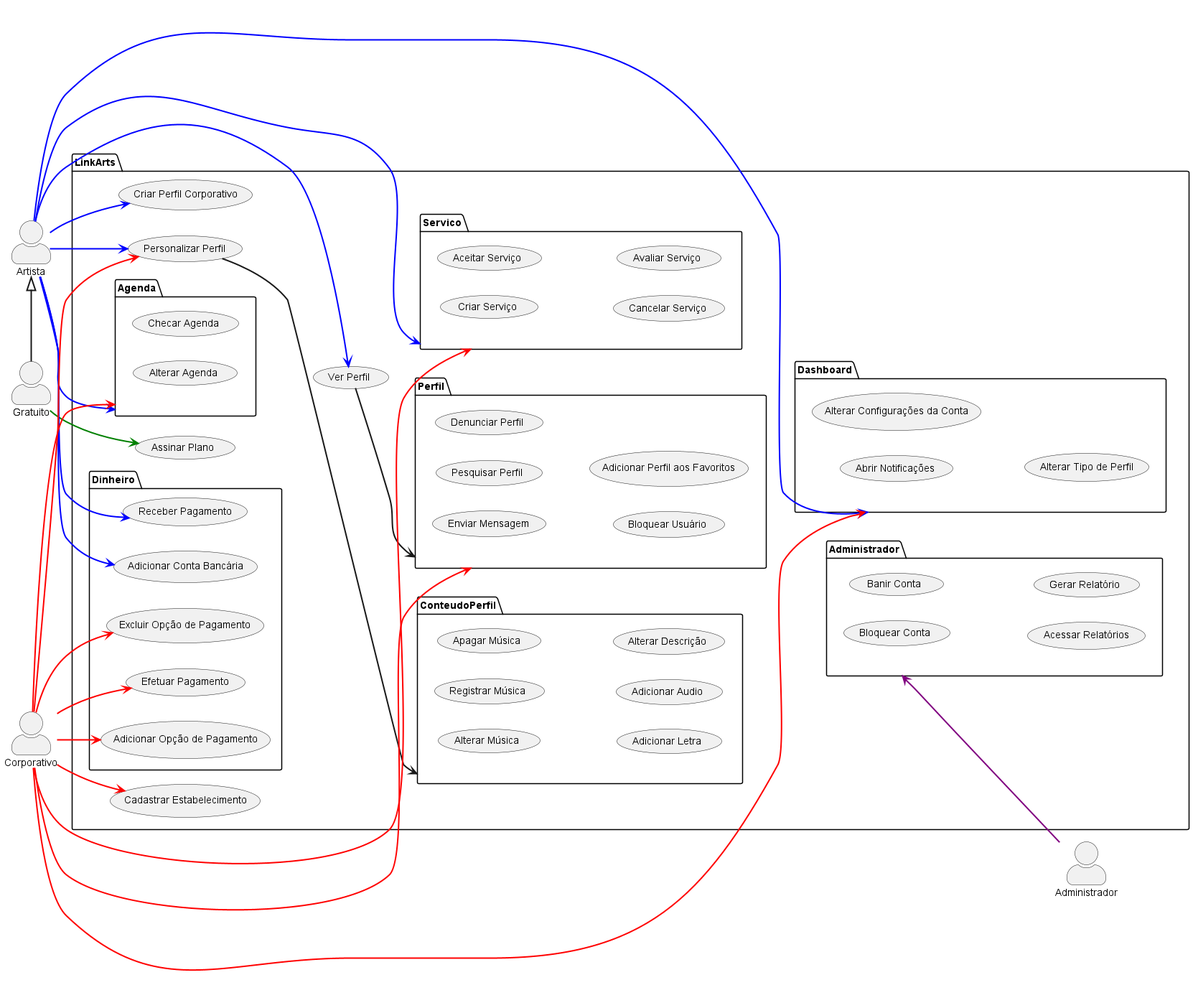
The PlantUML diagram Docs/Novos Casos de Uso/use-cases.png in TheKrauser/Engenharia-Software-II, before a commit.
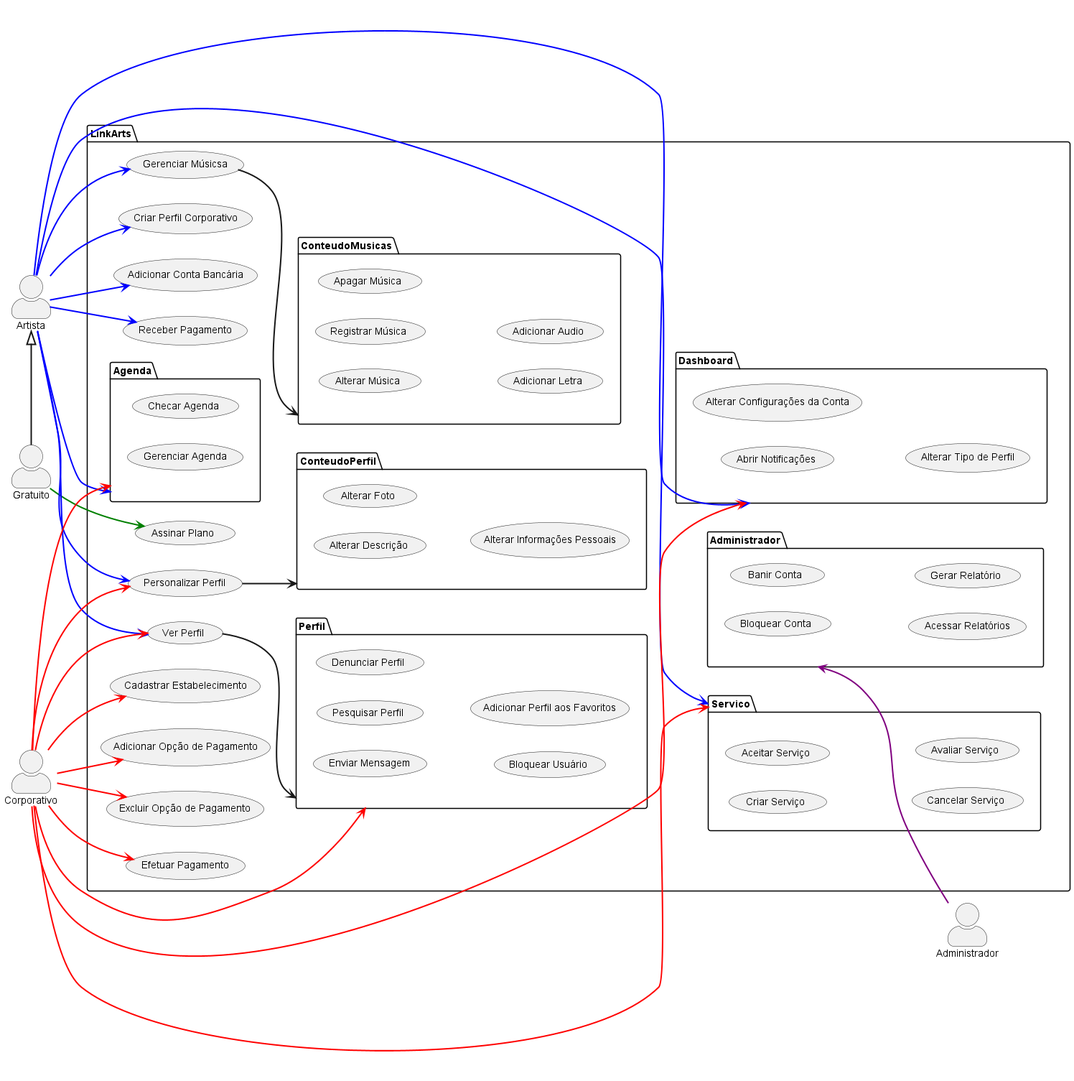
The same file after the commit.

Commit message:
Use Cases

Change to the diagram source:
```diff
@@ -11,6 +11,12 @@
     usecase "Criar Perfil Corporativo" as criarCorporativo
     usecase "Cadastrar Estabelecimento" as cadastrarEstabelecimento
     usecase "Personalizar Perfil" as personalizarPerfil
+    usecase "Adicionar Conta Bancária" as adicionarConta
+    usecase "Adicionar Opção de Pagamento" as adicionarPagamento
+    usecase "Excluir Opção de Pagamento" as excluirPagamento
+    usecase "Efetuar Pagamento" as efetuarPagamento
+    usecase "Receber Pagamento" as receberPagamento
+    usecase "Gerenciar Músicsa" as gerenciarMusicas
 
     package Perfil{
         usecase "Enviar Mensagem" as enviarMensagem
@@ -20,26 +26,18 @@
         usecase "Adicionar Perfil aos Favoritos" as adicionarFavoritos
     }
 
-    package ConteudoPerfil{
+    package ConteudoMusicas{
         usecase "Alterar Música" as alterarMusica
         usecase "Registrar Música" as registrarMusica
         usecase "Apagar Música" as apagarMusica
         usecase "Adicionar Letra" as adicionarLetra
         usecase "Adicionar Audio" as adicionarAudio
-        usecase "Alterar Descrição" as alterarDescricao
     }
 
-    package Agenda{
-        usecase "Checar Agenda" as checarAgenda
-        usecase "Alterar Agenda" as alterarAgenda
-    }
-
-    package Dinheiro{
-        usecase "Adicionar Conta Bancária" as adicionarConta
-        usecase "Adicionar Opção de Pagamento" as adicionarPagamento
-        usecase "Excluir Opção de Pagamento" as excluirPagamento
-        usecase "Efetuar Pagamento" as efetuarPagamento
-        usecase "Receber Pagamento" as receberPagamento
+    package ConteudoPerfil{
+        usecase "Alterar Descrição" as alterarDescricao
+        usecase "Alterar Foto" as alterarFoto
+        usecase "Alterar Informações Pessoais" as alterarInfo
     }
 
     package Servico{
@@ -49,11 +47,9 @@
         usecase "Avaliar Serviço" as avaliarServico
     }
 
-    package Administrador{
-        usecase "Bloquear Conta" as bloquearConta
-        usecase "Banir Conta" as banirConta
-        usecase "Acessar Relatórios" as acessarRelatorio
-        usecase "Gerar Relatório" as gerarRelatorio
+    package Agenda{
+        usecase "Checar Agenda" as checarAgenda
+        usecase "Gerenciar Agenda" as alterarAgenda
     }
 
     package Dashboard{
@@ -61,32 +57,40 @@
         usecase "Alterar Configurações da Conta" as alterarConfiguracoes
         usecase "Alterar Tipo de Perfil" as alterarTipoPerfil
     }
+
+    package Administrador{
+        usecase "Bloquear Conta" as bloquearConta
+        usecase "Banir Conta" as banirConta
+        usecase "Acessar Relatórios" as acessarRelatorio
+        usecase "Gerar Relatório" as gerarRelatorio
+    }
 }
 
+left to right direction
+P -> assinarPlano #line:green;line.bold
+A -> criarCorporativo #line:blue;line.bold
+A -> verPerfil #line:blue;line.bold
+A -> personalizarPerfil #line:blue;line.bold
+A -> adicionarConta #line:blue;line.bold
+A -> receberPagamento #line:blue;line.bold
+A -> gerenciarMusicas #line:blue;line.bold
+A --> Agenda #line:blue;line.bold
+A ---> Servico #line:blue;line.bold
+A ---> Dashboard #line:blue;line.bold
+personalizarPerfil --> ConteudoPerfil #line.bold
+gerenciarMusicas --> ConteudoMusicas #line.bold
+verPerfil --> Perfil #line.bold
 
-
-left to right direction
-P --> assinarPlano #line:green;line.bold
-A --> verPerfil #line:blue;line.bold
-A --> personalizarPerfil #line:blue;line.bold
-A --> Agenda #line:blue;line.bold
-A --> adicionarConta #line:blue;line.bold
-A --> receberPagamento #line:blue;line.bold
-personalizarPerfil ---> ConteudoPerfil #line.bold
-A --> Servico #line:blue;line.bold
-verPerfil --> Perfil #line.bold
-A --> criarCorporativo #line:blue;line.bold
-A --> Dashboard #line:blue;line.bold
-
-C --> Perfil #line:red;line.bold
+C -> adicionarPagamento #line:red;line.bold
+C -> personalizarPerfil #line:red;line.bold
+C -> excluirPagamento #line:red;line.bold
+C -> efetuarPagamento #line:red;line.bold
+C -> verPerfil #line:red;line.bold
+C -> cadastrarEstabelecimento #line:red;line.bold
+C ---> Perfil #line:red;line.bold
 C --> Agenda #line:red;line.bold
-C --> adicionarPagamento #line:red;line.bold
-C --> personalizarPerfil #line:red;line.bold
-C --> excluirPagamento #line:red;line.bold
-C --> efetuarPagamento #line:red;line.bold
-C --> Servico #line:red;line.bold
-C --> cadastrarEstabelecimento #line:red;line.bold
-C --> Dashboard #line:red;line.bold
+C ---> Servico #line:red;line.bold
+C ---> Dashboard #line:red;line.bold
 
 ADM -up-> Administrador #line:purple;line.bold
 
```
